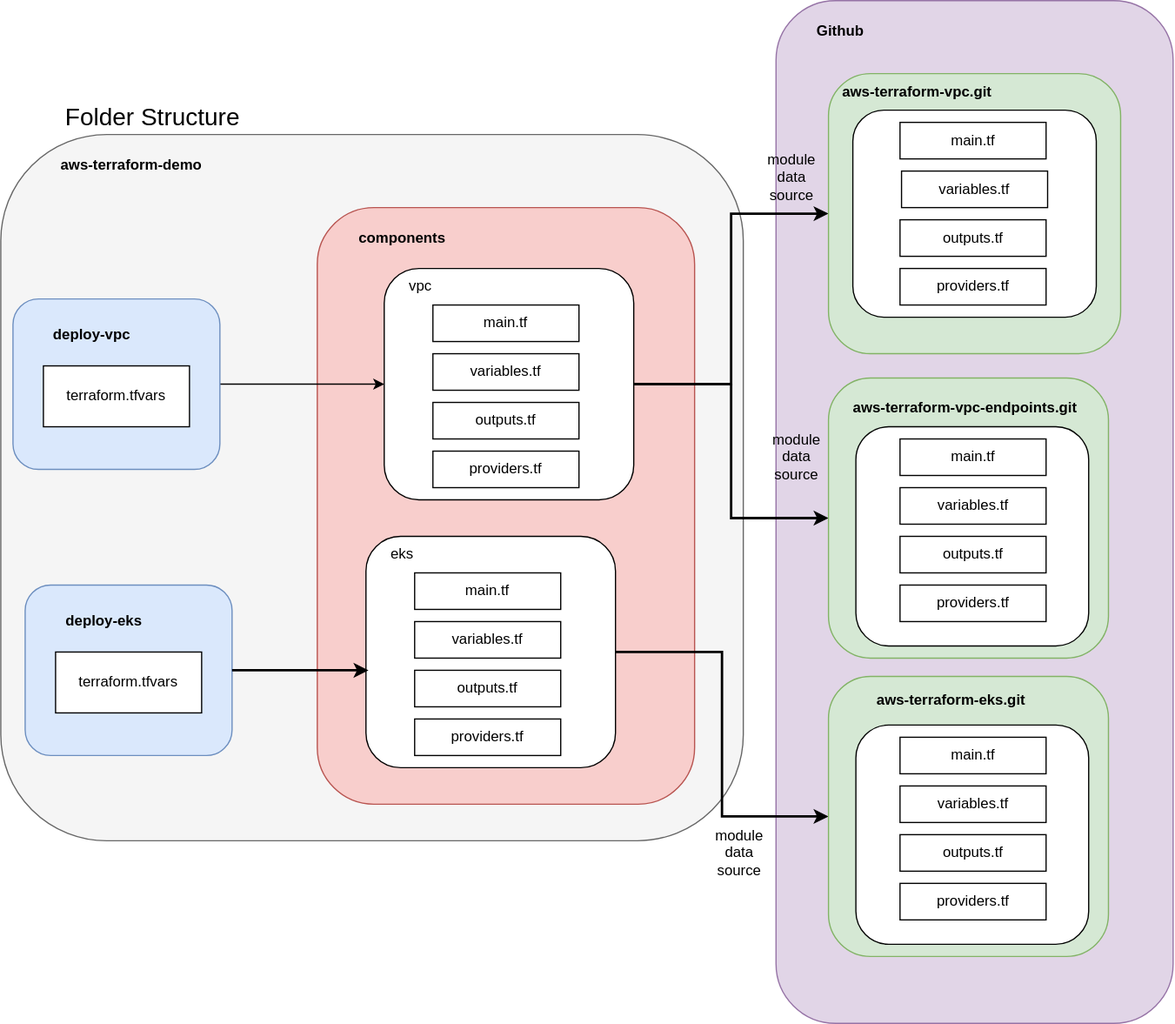
Above: diagrams/folder_structure.svg in HanYangZhao/aws-terraform-demo (draw.io), before the change. Source tidied: cells renumbered, new cells last; positions are measured from the earlier drawing's top-left corner, leaving out a move shared by most shapes.
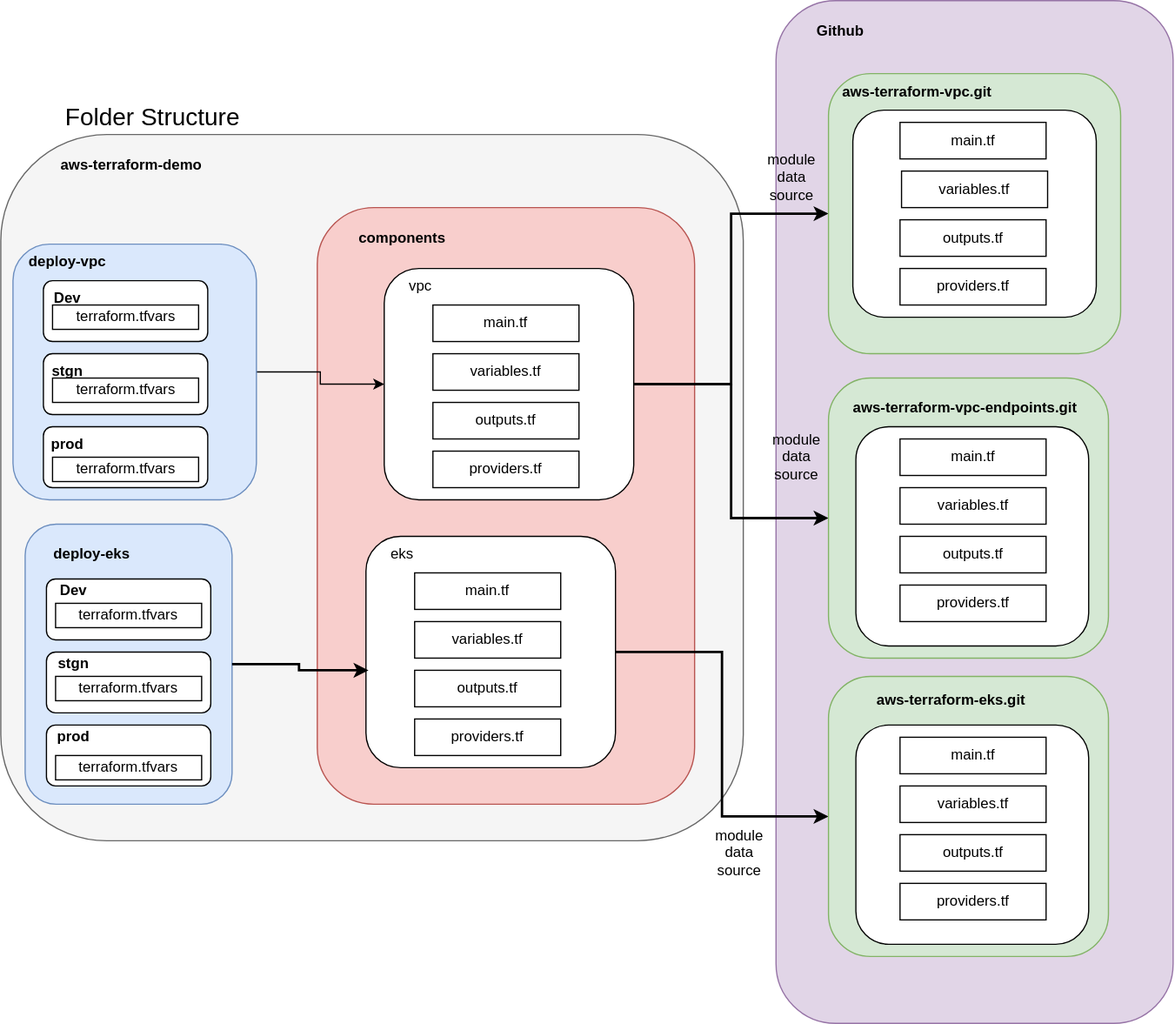
The same diagram one commit later.

The edit, as a diff of the source:
```diff
@@ -18,7 +18,7 @@
       <mxGeometry relative="1" as="geometry" />
     </mxCell>
     <mxCell id="7" style="rounded=1;whiteSpace=wrap;html=1;fillColor=#dae8fc;strokeColor=#6c8ebf;" parent="1" vertex="1">
-      <mxGeometry x="10" y="245" width="170" height="140" as="geometry" />
+      <mxGeometry x="10" y="200" width="200" height="210" as="geometry" />
     </mxCell>
     <mxCell id="8" style="edgeStyle=orthogonalEdgeStyle;rounded=0;jettySize=auto;html=1;exitX=1;exitY=0.5;exitDx=0;exitDy=0;entryX=0;entryY=0.5;entryDx=0;entryDy=0;strokeWidth=2;" parent="1" edge="1" source="10" target="20">
       <mxGeometry relative="1" as="geometry" />
@@ -35,11 +35,8 @@
       <mxGeometry x="315" y="220" width="205" height="190" as="geometry" />
     </mxCell>
     <mxCell id="11" value="&lt;b&gt;deploy-vpc&lt;/b&gt;" style="text;html=1;strokeColor=none;fillColor=none;align=center;verticalAlign=middle;whiteSpace=wrap;rounded=0;" parent="1" vertex="1">
-      <mxGeometry x="30" y="260" width="90" height="30" as="geometry" />
+      <mxGeometry x="10" y="200" width="90" height="30" as="geometry" />
     </mxCell>
-    <mxCell id="12" value="&lt;div&gt;terraform.tfvars&lt;/div&gt;" style="rounded=0;whiteSpace=wrap;html=1;" parent="1" vertex="1">
-      <mxGeometry x="35" y="300" width="120" height="50" as="geometry" />
-    </mxCell>
     <mxCell id="13" style="edgeStyle=orthogonalEdgeStyle;rounded=0;orthogonalLoop=1;jettySize=auto;html=1;exitX=0.5;exitY=1;exitDx=0;exitDy=0;" parent="1" edge="1" source="7" target="7">
       <mxGeometry relative="1" as="geometry" />
     </mxCell>
@@ -113,14 +110,11 @@
       <mxGeometry x="620" y="130" width="60" height="30" as="geometry" />
     </mxCell>
     <mxCell id="37" style="rounded=1;whiteSpace=wrap;html=1;fillColor=#dae8fc;strokeColor=#6c8ebf;" parent="1" vertex="1">
-      <mxGeometry x="20" y="480" width="170" height="140" as="geometry" />
+      <mxGeometry x="20" y="430" width="170" height="230" as="geometry" />
     </mxCell>
     <mxCell id="38" value="&lt;b&gt;deploy-eks&lt;/b&gt;" style="text;html=1;strokeColor=none;fillColor=none;align=center;verticalAlign=middle;whiteSpace=wrap;rounded=0;" parent="1" vertex="1">
-      <mxGeometry x="40" y="495" width="90" height="30" as="geometry" />
+      <mxGeometry x="30" y="440" width="90" height="30" as="geometry" />
     </mxCell>
-    <mxCell id="39" value="&lt;div&gt;terraform.tfvars&lt;/div&gt;" style="rounded=0;whiteSpace=wrap;html=1;" parent="1" vertex="1">
-      <mxGeometry x="45" y="535" width="120" height="50" as="geometry" />
-    </mxCell>
     <mxCell id="40" style="edgeStyle=orthogonalEdgeStyle;rounded=0;jettySize=auto;html=1;exitX=1;exitY=0.5;exitDx=0;exitDy=0;strokeWidth=2;" parent="1" edge="1" source="41" target="48">
       <mxGeometry relative="1" as="geometry" />
     </mxCell>
@@ -154,6 +148,9 @@
     <mxCell id="50" style="rounded=1;whiteSpace=wrap;html=1;" parent="1" vertex="1">
       <mxGeometry x="702.5" y="595" width="191.2" height="180" as="geometry" />
     </mxCell>
+    <mxCell id="58" style="rounded=1;whiteSpace=wrap;html=1;" parent="1" vertex="1">
+      <mxGeometry x="35" y="230" width="135" height="50" as="geometry" />
+    </mxCell>
     <mxCell id="51" value="main.tf" style="rounded=0;whiteSpace=wrap;html=1;" parent="1" vertex="1">
       <mxGeometry x="738.8" y="605" width="120" height="30" as="geometry" />
     </mxCell>
@@ -175,5 +172,56 @@
     <mxCell id="57" value="&lt;b&gt;Github&lt;/b&gt;" style="text;html=1;strokeColor=none;fillColor=none;align=center;verticalAlign=middle;whiteSpace=wrap;rounded=0;" parent="1" vertex="1">
       <mxGeometry x="660" y="10" width="60" height="30" as="geometry" />
     </mxCell>
+    <mxCell id="59" style="rounded=1;whiteSpace=wrap;html=1;" parent="1" vertex="1">
+      <mxGeometry x="35" y="290" width="135" height="50" as="geometry" />
+    </mxCell>
+    <mxCell id="60" style="rounded=1;whiteSpace=wrap;html=1;" parent="1" vertex="1">
+      <mxGeometry x="35" y="350" width="135" height="50" as="geometry" />
+    </mxCell>
+    <mxCell id="12" value="&lt;div&gt;terraform.tfvars&lt;/div&gt;" style="rounded=0;whiteSpace=wrap;html=1;" parent="1" vertex="1">
+      <mxGeometry x="42.5" y="250" width="120" height="20" as="geometry" />
+    </mxCell>
+    <mxCell id="61" value="&lt;div&gt;terraform.tfvars&lt;/div&gt;" style="rounded=0;whiteSpace=wrap;html=1;" parent="1" vertex="1">
+      <mxGeometry x="42.5" y="310" width="120" height="20" as="geometry" />
+    </mxCell>
+    <mxCell id="62" value="&lt;div&gt;terraform.tfvars&lt;/div&gt;" style="rounded=0;whiteSpace=wrap;html=1;" parent="1" vertex="1">
+      <mxGeometry x="42.5" y="375" width="120" height="20" as="geometry" />
+    </mxCell>
+    <mxCell id="63" value="&lt;b&gt;Dev&lt;/b&gt;" style="text;html=1;strokeColor=none;fillColor=none;align=center;verticalAlign=middle;whiteSpace=wrap;rounded=0;" parent="1" vertex="1">
+      <mxGeometry x="25" y="230" width="60" height="30" as="geometry" />
+    </mxCell>
+    <mxCell id="64" value="&lt;b&gt;stgn&lt;/b&gt;" style="text;html=1;strokeColor=none;fillColor=none;align=center;verticalAlign=middle;whiteSpace=wrap;rounded=0;" parent="1" vertex="1">
+      <mxGeometry x="25" y="290" width="60" height="30" as="geometry" />
+    </mxCell>
+    <mxCell id="65" value="&lt;b&gt;prod&lt;/b&gt;" style="text;html=1;strokeColor=none;fillColor=none;align=center;verticalAlign=middle;whiteSpace=wrap;rounded=0;" parent="1" vertex="1">
+      <mxGeometry x="25" y="350" width="60" height="30" as="geometry" />
+    </mxCell>
+    <mxCell id="66" style="rounded=1;whiteSpace=wrap;html=1;" parent="1" vertex="1">
+      <mxGeometry x="37.5" y="475" width="135" height="50" as="geometry" />
+    </mxCell>
+    <mxCell id="67" style="rounded=1;whiteSpace=wrap;html=1;" parent="1" vertex="1">
+      <mxGeometry x="37.5" y="535" width="135" height="50" as="geometry" />
+    </mxCell>
+    <mxCell id="68" style="rounded=1;whiteSpace=wrap;html=1;" parent="1" vertex="1">
+      <mxGeometry x="37.5" y="595" width="135" height="50" as="geometry" />
+    </mxCell>
+    <mxCell id="69" value="&lt;div&gt;terraform.tfvars&lt;/div&gt;" style="rounded=0;whiteSpace=wrap;html=1;" parent="1" vertex="1">
+      <mxGeometry x="45" y="495" width="120" height="20" as="geometry" />
+    </mxCell>
+    <mxCell id="70" value="&lt;div&gt;terraform.tfvars&lt;/div&gt;" style="rounded=0;whiteSpace=wrap;html=1;" parent="1" vertex="1">
+      <mxGeometry x="45" y="555" width="120" height="20" as="geometry" />
+    </mxCell>
+    <mxCell id="71" value="&lt;div&gt;terraform.tfvars&lt;/div&gt;" style="rounded=0;whiteSpace=wrap;html=1;" parent="1" vertex="1">
+      <mxGeometry x="45" y="620" width="120" height="20" as="geometry" />
+    </mxCell>
+    <mxCell id="72" value="&lt;b&gt;Dev&lt;/b&gt;" style="text;html=1;strokeColor=none;fillColor=none;align=center;verticalAlign=middle;whiteSpace=wrap;rounded=0;" parent="1" vertex="1">
+      <mxGeometry x="30" y="470" width="60" height="30" as="geometry" />
+    </mxCell>
+    <mxCell id="73" value="&lt;b&gt;stgn&lt;/b&gt;" style="text;html=1;strokeColor=none;fillColor=none;align=center;verticalAlign=middle;whiteSpace=wrap;rounded=0;" parent="1" vertex="1">
+      <mxGeometry x="30" y="530" width="60" height="30" as="geometry" />
+    </mxCell>
+    <mxCell id="74" value="&lt;b&gt;prod&lt;/b&gt;" style="text;html=1;strokeColor=none;fillColor=none;align=center;verticalAlign=middle;whiteSpace=wrap;rounded=0;" parent="1" vertex="1">
+      <mxGeometry x="30" y="590" width="60" height="30" as="geometry" />
+    </mxCell>
   </root>
 </mxGraphModel>
```
